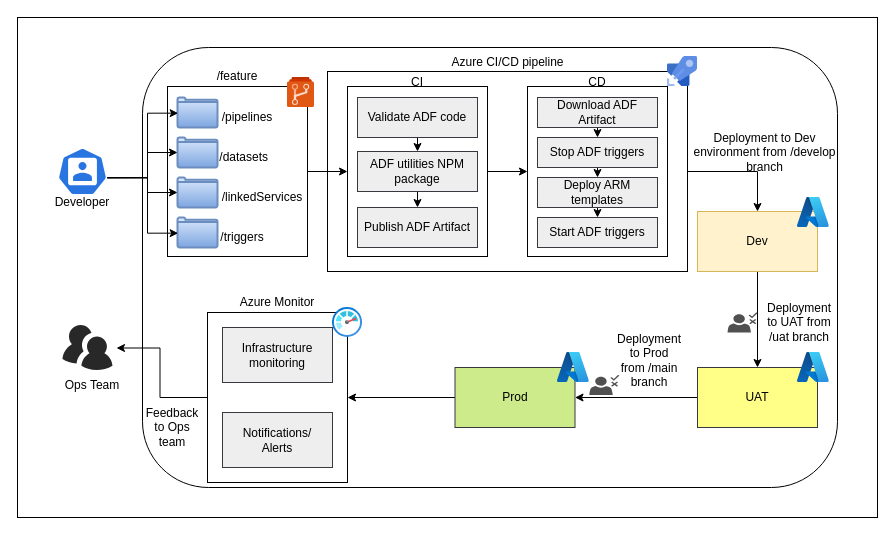
Earlier version of the draw.io diagram Untitled Diagram.drawio (Sri-git-acc/python). Source tidied: cells renumbered, new cells numbered last; positions are measured from the earlier drawing's top-left corner, leaving out a move shared by most shapes. Both pictures are drawn from the tidied source at 100%, with x=0, y=0 at pixel (17, 17).
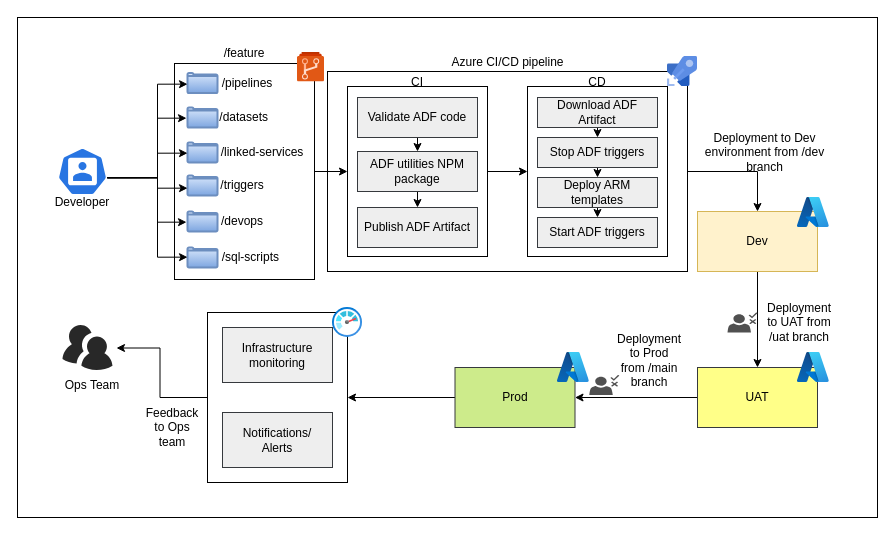
After the change.

Unchanged cells that the change refers to:
```xml
<mxCell id="4" style="sketch=0;html=1;dashed=0;whitespace=wrap;verticalLabelPosition=bottom;verticalAlign=top;fillColor=#2875E2;strokeColor=#ffffff;points=[[0.005,0.63,0],[0.1,0.2,0],[0.9,0.2,0],[0.5,0,0],[0.995,0.63,0],[0.72,0.99,0],[0.5,1,0],[0.28,0.99,0]];shape=mxgraph.kubernetes.icon2;prIcon=user;" parent="1" vertex="1">
  <mxGeometry x="40" y="130" width="50" height="48" as="geometry" />
</mxCell>
```

Diff of the diagram source:
```diff
@@
-    <mxCell id="3" style="rounded=1;whiteSpace=wrap;html=1;" parent="1" vertex="1">
-      <mxGeometry x="125" y="30" width="695" height="440" as="geometry" />
-    </mxCell>
@@
     <mxCell id="5" style="rounded=0;whiteSpace=wrap;html=1;" parent="1" vertex="1">
-      <mxGeometry x="150" y="69" width="140" height="170" as="geometry" />
+      <mxGeometry x="157" y="46" width="140" height="216" as="geometry" />
     </mxCell>
     <mxCell id="6" style="image;sketch=0;html=1;align=center;fontSize=12;image=img/lib/mscae/Azure_Repos.svg;" parent="1" vertex="1">
-      <mxGeometry x="270" y="60" width="27" height="30" as="geometry" />
+      <mxGeometry x="280" y="34.5" width="27" height="30" as="geometry" />
     </mxCell>
     <mxCell id="7" style="html=1;verticalLabelPosition=bottom;align=center;labelBackgroundColor=#ffffff;verticalAlign=top;strokeWidth=2;strokeColor=#6c8ebf;shadow=0;dashed=0;shape=mxgraph.ios7.icons.folder;fillColor=#dae8fc;gradientColor=#7ea6e0;" parent="1" vertex="1">
-      <mxGeometry x="160" y="200" width="40" height="30" as="geometry" />
+      <mxGeometry x="170" y="158" width="30" height="20" as="geometry" />
     </mxCell>
     <mxCell id="8" style="html=1;verticalLabelPosition=bottom;align=center;labelBackgroundColor=#ffffff;verticalAlign=top;strokeWidth=2;strokeColor=#6c8ebf;shadow=0;dashed=0;shape=mxgraph.ios7.icons.folder;fillColor=#dae8fc;gradientColor=#7ea6e0;" parent="1" vertex="1">
-      <mxGeometry x="160" y="160" width="40" height="30" as="geometry" />
+      <mxGeometry x="170" y="125" width="30" height="20" as="geometry" />
     </mxCell>
     <mxCell id="9" style="html=1;verticalLabelPosition=bottom;align=center;labelBackgroundColor=#ffffff;verticalAlign=top;strokeWidth=2;strokeColor=#6c8ebf;shadow=0;dashed=0;shape=mxgraph.ios7.icons.folder;fillColor=#dae8fc;gradientColor=#7ea6e0;" parent="1" vertex="1">
-      <mxGeometry x="160" y="120" width="40" height="30" as="geometry" />
+      <mxGeometry x="170" y="90" width="30" height="20" as="geometry" />
     </mxCell>
     <mxCell id="10" style="html=1;verticalLabelPosition=bottom;align=center;labelBackgroundColor=#ffffff;verticalAlign=top;strokeWidth=2;strokeColor=#6c8ebf;shadow=0;dashed=0;shape=mxgraph.ios7.icons.folder;fillColor=#dae8fc;gradientColor=#7ea6e0;" parent="1" vertex="1">
-      <mxGeometry x="160" y="80" width="40" height="30" as="geometry" />
+      <mxGeometry x="170" y="55.5" width="30" height="20" as="geometry" />
     </mxCell>
-    <mxCell id="11" value="/linkedServices" style="text;html=1;whiteSpace=wrap;strokeColor=none;fillColor=none;align=center;verticalAlign=middle;rounded=0;" parent="1" vertex="1">
-      <mxGeometry x="200" y="170" width="90" height="20" as="geometry" />
+    <mxCell id="11" value="/linked-services" style="text;html=1;whiteSpace=wrap;strokeColor=none;fillColor=none;align=center;verticalAlign=middle;rounded=0;" parent="1" vertex="1">
+      <mxGeometry x="200" y="125" width="90" height="20" as="geometry" />
     </mxCell>
     <mxCell id="12" value="/triggers&amp;nbsp; &amp;nbsp; &amp;nbsp; &amp;nbsp; &amp;nbsp; &amp;nbsp;&amp;nbsp;" style="text;html=1;whiteSpace=wrap;strokeColor=none;fillColor=none;align=center;verticalAlign=middle;rounded=0;" parent="1" vertex="1">
-      <mxGeometry x="200" y="210" width="90" height="20" as="geometry" />
+      <mxGeometry x="200" y="158" width="90" height="20" as="geometry" />
     </mxCell>
     <mxCell id="13" value="/pipelines&amp;nbsp; &amp;nbsp; &amp;nbsp; &amp;nbsp; &amp;nbsp;" style="text;html=1;whiteSpace=wrap;strokeColor=none;fillColor=none;align=center;verticalAlign=middle;rounded=0;" parent="1" vertex="1">
-      <mxGeometry x="200" y="90" width="90" height="20" as="geometry" />
+      <mxGeometry x="200" y="55.5" width="90" height="20" as="geometry" />
     </mxCell>
     <mxCell id="14" value="/datasets&amp;nbsp; &amp;nbsp; &amp;nbsp; &amp;nbsp; &amp;nbsp; &amp;nbsp;" style="text;html=1;whiteSpace=wrap;strokeColor=none;fillColor=none;align=center;verticalAlign=middle;rounded=0;" parent="1" vertex="1">
-      <mxGeometry x="200" y="130" width="90" height="20" as="geometry" />
+      <mxGeometry x="200" y="90" width="90" height="20" as="geometry" />
     </mxCell>
-    <mxCell id="15" style="edgeStyle=orthogonalEdgeStyle;rounded=0;jettySize=auto;html=1;exitX=0.995;exitY=0.63;exitDx=0;exitDy=0;exitPerimeter=0;entryX=0.017;entryY=0.522;entryDx=0;entryDy=0;entryPerimeter=0;" parent="1" edge="1" source="4" target="10">
-      <mxGeometry relative="1" as="geometry">
-        <Array as="points">
-          <mxPoint x="130" y="160" />
-          <mxPoint x="130" y="96" />
-        </Array>
-      </mxGeometry>
-    </mxCell>
-    <mxCell id="16" style="edgeStyle=orthogonalEdgeStyle;rounded=0;jettySize=auto;html=1;exitX=0.995;exitY=0.63;exitDx=0;exitDy=0;exitPerimeter=0;" parent="1" edge="1" source="4" target="9">
-      <mxGeometry relative="1" as="geometry">
-        <Array as="points">
-          <mxPoint x="130" y="160" />
-          <mxPoint x="130" y="135" />
-        </Array>
-      </mxGeometry>
-    </mxCell>
-    <mxCell id="17" style="edgeStyle=orthogonalEdgeStyle;rounded=0;jettySize=auto;html=1;exitX=0.995;exitY=0.63;exitDx=0;exitDy=0;exitPerimeter=0;" parent="1" edge="1" source="4" target="8">
-      <mxGeometry relative="1" as="geometry">
-        <Array as="points">
-          <mxPoint x="130" y="160" />
-          <mxPoint x="130" y="175" />
-        </Array>
-      </mxGeometry>
-    </mxCell>
-    <mxCell id="18" style="edgeStyle=orthogonalEdgeStyle;rounded=0;jettySize=auto;html=1;exitX=0.995;exitY=0.63;exitDx=0;exitDy=0;exitPerimeter=0;entryX=0.017;entryY=0.522;entryDx=0;entryDy=0;entryPerimeter=0;" parent="1" edge="1" source="4" target="7">
-      <mxGeometry relative="1" as="geometry">
-        <Array as="points">
-          <mxPoint x="130" y="160" />
-          <mxPoint x="130" y="216" />
-        </Array>
-      </mxGeometry>
-    </mxCell>
     <mxCell id="19" value="/feature" style="text;html=1;whiteSpace=wrap;strokeColor=none;fillColor=none;align=center;verticalAlign=middle;rounded=0;" parent="1" vertex="1">
-      <mxGeometry x="190" y="48" width="60" height="21" as="geometry" />
+      <mxGeometry x="197" y="25" width="60" height="21" as="geometry" />
     </mxCell>
@@
-    <mxCell id="44" value="Deployment to Dev environment from /develop branch" style="text;html=1;whiteSpace=wrap;strokeColor=none;fillColor=none;align=center;verticalAlign=middle;rounded=0;" parent="1" vertex="1">
+    <mxCell id="44" value="Deployment to Dev environment from /dev branch" style="text;html=1;whiteSpace=wrap;strokeColor=none;fillColor=none;align=center;verticalAlign=middle;rounded=0;" parent="1" vertex="1">
       <mxGeometry x="670" y="120" width="155" height="30" as="geometry" />
     </mxCell>
@@
-    <mxCell id="70" value="Azure Monitor" style="text;html=1;whiteSpace=wrap;strokeColor=none;fillColor=none;align=center;verticalAlign=middle;rounded=0;" parent="1" vertex="1">
-      <mxGeometry x="220" y="270" width="80" height="30" as="geometry" />
-    </mxCell>
+    <mxCell id="71" style="html=1;verticalLabelPosition=bottom;align=center;labelBackgroundColor=#ffffff;verticalAlign=top;strokeWidth=2;strokeColor=#6c8ebf;shadow=0;dashed=0;shape=mxgraph.ios7.icons.folder;fillColor=#dae8fc;gradientColor=#7ea6e0;" parent="1" vertex="1">
+      <mxGeometry x="170" y="194" width="30" height="20" as="geometry" />
+    </mxCell>
+    <mxCell id="72" style="html=1;verticalLabelPosition=bottom;align=center;labelBackgroundColor=#ffffff;verticalAlign=top;strokeWidth=2;strokeColor=#6c8ebf;shadow=0;dashed=0;shape=mxgraph.ios7.icons.folder;fillColor=#dae8fc;gradientColor=#7ea6e0;" parent="1" vertex="1">
+      <mxGeometry x="170" y="230" width="30" height="20" as="geometry" />
+    </mxCell>
+    <mxCell id="73" value="/devops&amp;nbsp; &amp;nbsp; &amp;nbsp; &amp;nbsp; &amp;nbsp; &amp;nbsp;&amp;nbsp;" style="text;html=1;whiteSpace=wrap;strokeColor=none;fillColor=none;align=center;verticalAlign=middle;rounded=0;" parent="1" vertex="1">
+      <mxGeometry x="200" y="194" width="90" height="20" as="geometry" />
+    </mxCell>
+    <mxCell id="74" value="/sql-scripts&amp;nbsp; &amp;nbsp; &amp;nbsp; &amp;nbsp;" style="text;html=1;whiteSpace=wrap;strokeColor=none;fillColor=none;align=center;verticalAlign=middle;rounded=0;" parent="1" vertex="1">
+      <mxGeometry x="200" y="230" width="90" height="20" as="geometry" />
+    </mxCell>
+    <mxCell id="15" style="edgeStyle=orthogonalEdgeStyle;rounded=0;jettySize=auto;html=1;exitX=0.995;exitY=0.63;exitDx=0;exitDy=0;exitPerimeter=0;entryX=0;entryY=0.558;entryDx=0;entryDy=0;entryPerimeter=0;" parent="1" edge="1" source="4" target="10">
+      <mxGeometry relative="1" as="geometry">
+        <Array as="points">
+          <mxPoint x="140" y="160" />
+          <mxPoint x="140" y="67" />
+        </Array>
+      </mxGeometry>
+    </mxCell>
+    <mxCell id="16" style="edgeStyle=orthogonalEdgeStyle;rounded=0;jettySize=auto;html=1;exitX=0.995;exitY=0.63;exitDx=0;exitDy=0;exitPerimeter=0;entryX=-0.033;entryY=0.533;entryDx=0;entryDy=0;entryPerimeter=0;" parent="1" edge="1" source="4" target="9">
+      <mxGeometry relative="1" as="geometry">
+        <Array as="points">
+          <mxPoint x="140" y="160" />
+          <mxPoint x="140" y="101" />
+        </Array>
+      </mxGeometry>
+    </mxCell>
+    <mxCell id="17" style="edgeStyle=orthogonalEdgeStyle;rounded=0;jettySize=auto;html=1;exitX=0.995;exitY=0.63;exitDx=0;exitDy=0;exitPerimeter=0;entryX=0;entryY=0.533;entryDx=0;entryDy=0;entryPerimeter=0;" parent="1" edge="1" source="4" target="8">
+      <mxGeometry relative="1" as="geometry">
+        <Array as="points">
+          <mxPoint x="140" y="160" />
+          <mxPoint x="140" y="136" />
+        </Array>
+      </mxGeometry>
+    </mxCell>
+    <mxCell id="18" style="edgeStyle=orthogonalEdgeStyle;rounded=0;jettySize=auto;html=1;exitX=0.995;exitY=0.63;exitDx=0;exitDy=0;exitPerimeter=0;entryX=0;entryY=0.633;entryDx=0;entryDy=0;entryPerimeter=0;" parent="1" edge="1" source="4" target="7">
+      <mxGeometry relative="1" as="geometry">
+        <Array as="points">
+          <mxPoint x="140" y="160" />
+          <mxPoint x="140" y="171" />
+        </Array>
+      </mxGeometry>
+    </mxCell>
+    <mxCell id="75" style="edgeStyle=orthogonalEdgeStyle;rounded=0;jettySize=auto;html=1;exitX=0.995;exitY=0.63;exitDx=0;exitDy=0;exitPerimeter=0;entryX=-0.033;entryY=0.533;entryDx=0;entryDy=0;entryPerimeter=0;" parent="1" edge="1" source="4" target="71">
+      <mxGeometry relative="1" as="geometry">
+        <Array as="points">
+          <mxPoint x="140" y="160" />
+          <mxPoint x="140" y="205" />
+        </Array>
+      </mxGeometry>
+    </mxCell>
+    <mxCell id="76" style="edgeStyle=orthogonalEdgeStyle;rounded=0;jettySize=auto;html=1;exitX=0.995;exitY=0.63;exitDx=0;exitDy=0;exitPerimeter=0;entryX=0;entryY=0.483;entryDx=0;entryDy=0;entryPerimeter=0;" parent="1" edge="1" source="4" target="72">
+      <mxGeometry relative="1" as="geometry">
+        <Array as="points">
+          <mxPoint x="140" y="160" />
+          <mxPoint x="140" y="240" />
+        </Array>
+      </mxGeometry>
+    </mxCell>
```
